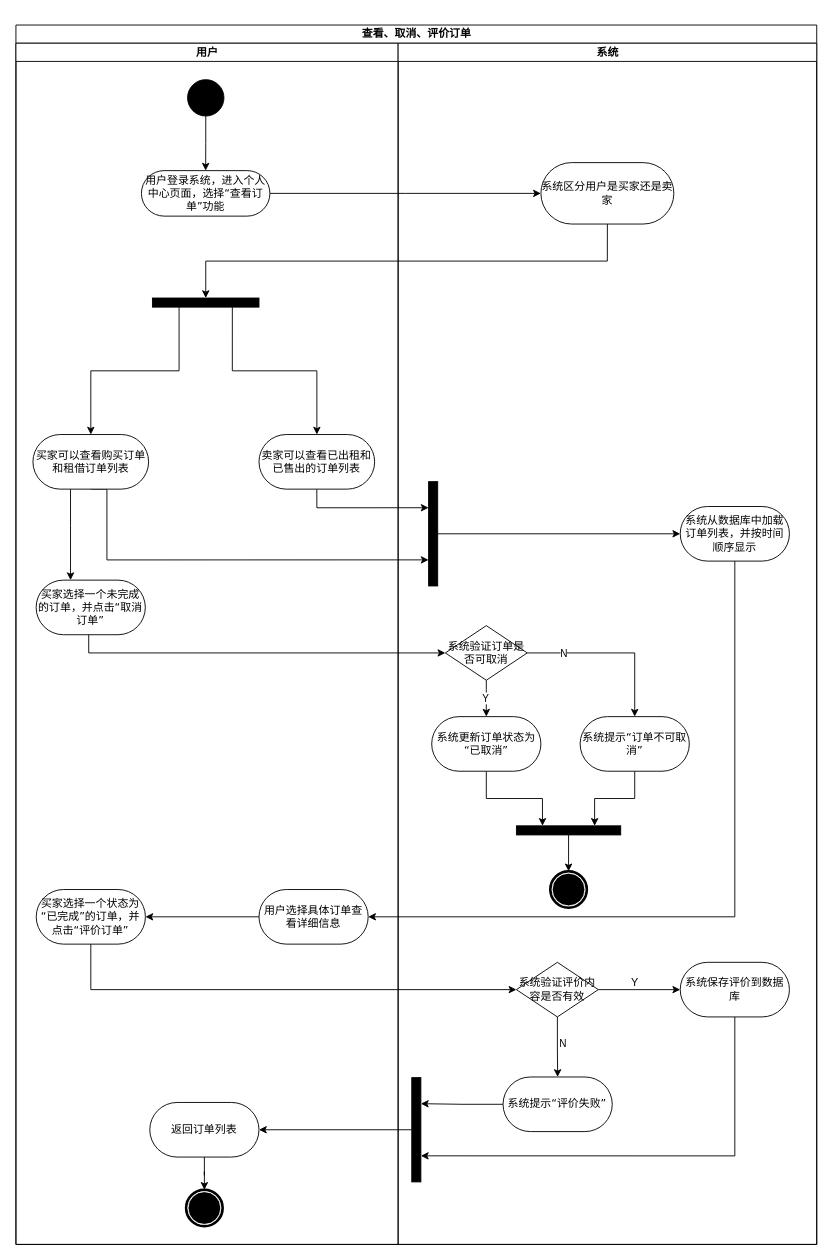
Before: page "功能建模" (1 of 2) of 文档/需求分析规约文档/三种建模/17查看、取消、评价订单用例建模.drawio in w1ntercube/TJ-SE-Design, a draw.io diagram. Source tidied: cells renumbered, new cells numbered last; positions are measured from the earlier drawing's top-left corner, leaving out a move shared by most shapes. Both pictures are drawn from the tidied source at 91%, with x=0, y=0 at pixel (15, 25).
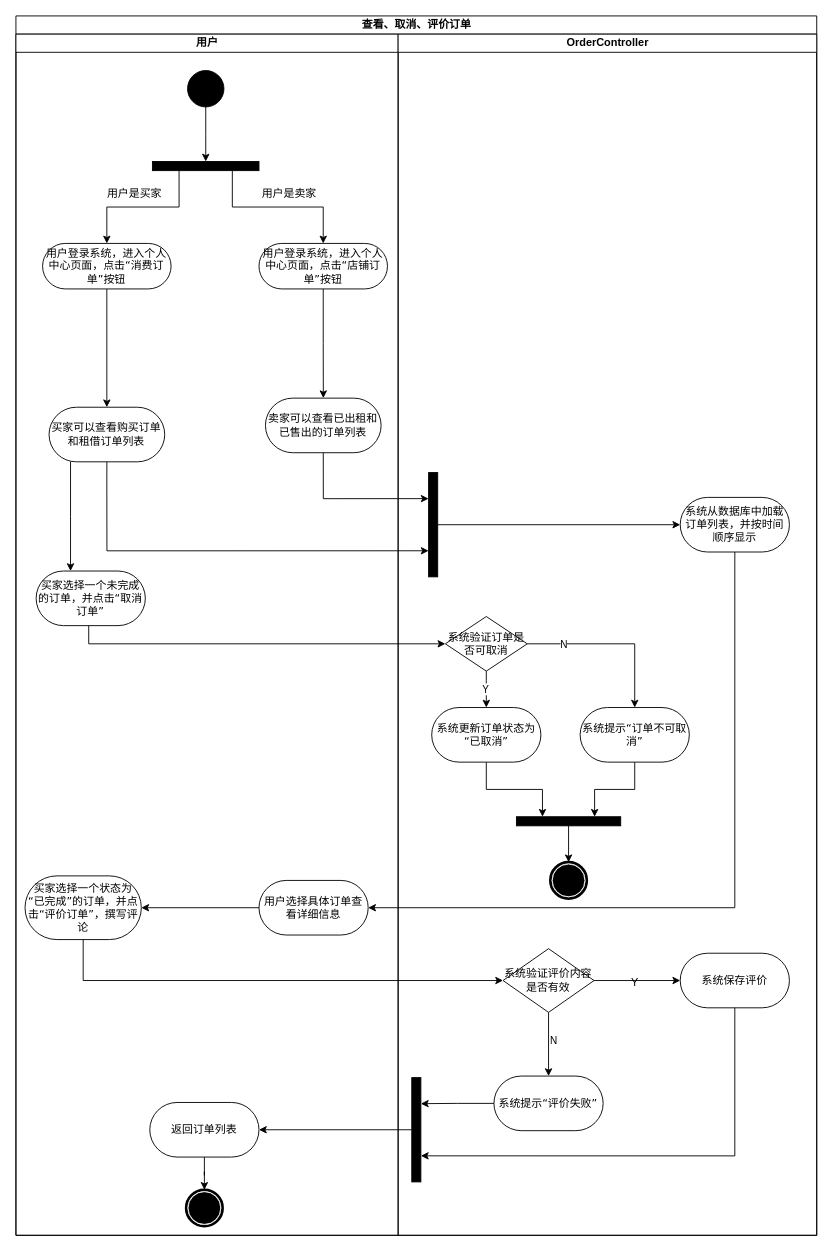
The same diagram, later.

Unchanged cells that the change refers to:
```xml
<mxCell id="3" value="用户" style="swimlane;html=1;startSize=20;" parent="2" vertex="1">
  <mxGeometry y="20" width="420" height="1320" as="geometry" />
</mxCell>
<mxCell id="6" style="ellipse;whiteSpace=wrap;html=1;rounded=0;shadow=0;comic=0;labelBackgroundColor=none;strokeWidth=1;fillColor=#000000;fontFamily=Verdana;fontSize=12;align=center;" parent="3" vertex="1">
  <mxGeometry x="188.6" y="40" width="40" height="40" as="geometry" />
</mxCell>
<mxCell id="8" style="rounded=0;whiteSpace=wrap;html=1;fontSize=12;fillColor=#000000;rotation=90;" parent="7" vertex="1">
  <mxGeometry x="-18.8" y="534.1" width="114.6" height="10" as="geometry" />
</mxCell>
```

The edit, as a diff of the source:
```diff
@@
     <mxCell id="2" value=" 查看、取消、评价订单" style="swimlane;html=1;startSize=20;rounded=0;shadow=0;comic=0;labelBackgroundColor=none;strokeWidth=1;fontFamily=Verdana;fontSize=12;align=center;" parent="1" vertex="1">
-      <mxGeometry width="880" height="1340" as="geometry" />
+      <mxGeometry y="-10" width="880" height="1340" as="geometry" />
     </mxCell>
@@
+    <mxCell id="55" style="edgeStyle=orthogonalEdgeStyle;rounded=0;jettySize=auto;html=1;exitX=0.5;exitY=1;exitDx=0;exitDy=0;" parent="3" edge="1" source="4" target="26">
+      <mxGeometry relative="1" as="geometry" />
+    </mxCell>
-    <mxCell id="4" value="用户登录系统，进入个人中心页面，选择“查看订单”功能" style="rounded=1;whiteSpace=wrap;html=1;shadow=0;comic=0;labelBackgroundColor=none;strokeWidth=1;fontFamily=Verdana;fontSize=12;align=center;arcSize=50;" parent="3" vertex="1">
-      <mxGeometry x="137.9" y="140" width="141.2" height="50" as="geometry" />
+    <mxCell id="4" value="用户登录系统，进入个人中心页面，点击“消费订单”按钮" style="rounded=1;whiteSpace=wrap;html=1;shadow=0;comic=0;labelBackgroundColor=none;strokeWidth=1;fontFamily=Verdana;fontSize=12;align=center;arcSize=50;" parent="3" vertex="1">
+      <mxGeometry x="29.3" y="230" width="141.2" height="50" as="geometry" />
     </mxCell>
-    <mxCell id="5" style="edgeStyle=orthogonalEdgeStyle;rounded=0;jettySize=auto;html=1;" parent="3" edge="1" source="6" target="4">
+    <mxCell id="5" style="edgeStyle=orthogonalEdgeStyle;rounded=0;jettySize=auto;html=1;" parent="3" edge="1" source="6" target="60">
       <mxGeometry relative="1" as="geometry" />
     </mxCell>
@@
-    <mxCell id="7" value="系统" style="swimlane;html=1;startSize=20;" parent="3" vertex="1">
+    <mxCell id="7" value="OrderController" style="swimlane;html=1;startSize=20;" parent="3" vertex="1">
       <mxGeometry x="420" width="460" height="1320" as="geometry" />
     </mxCell>
@@
-    <mxCell id="9" value="系统区分用户是买家还是卖家" style="whiteSpace=wrap;html=1;fontFamily=Verdana;rounded=1;shadow=0;comic=0;labelBackgroundColor=none;strokeWidth=1;arcSize=50;" parent="7" vertex="1">
-      <mxGeometry x="156.9" y="131.2" width="146.1" height="67.5" as="geometry" />
-    </mxCell>
@@
-    <mxCell id="22" style="edgeStyle=orthogonalEdgeStyle;rounded=0;jettySize=auto;html=1;exitX=0.25;exitY=1;exitDx=0;exitDy=0;" parent="3" edge="1" source="23" target="26">
-      <mxGeometry relative="1" as="geometry" />
-    </mxCell>
-    <mxCell id="23" style="rounded=0;whiteSpace=wrap;html=1;fontSize=12;fillColor=#000000;" parent="3" vertex="1">
-      <mxGeometry x="150" y="280" width="117.1" height="10" as="geometry" />
-    </mxCell>
+    <mxCell id="43" value="&lt;span style=&quot;font-family: Verdana;&quot;&gt;系统验证评价内容是否有效&lt;/span&gt;" style="rhombus;whiteSpace=wrap;html=1;" parent="7" vertex="1">
+      <mxGeometry x="115.3" y="1005" width="100" height="70" as="geometry" />
+    </mxCell>
+    <mxCell id="48" value="系统提示“评价失败”" style="whiteSpace=wrap;html=1;fontFamily=Verdana;rounded=1;shadow=0;comic=0;labelBackgroundColor=none;strokeWidth=1;arcSize=50;" parent="7" vertex="1">
+      <mxGeometry x="105.3" y="1145" width="120" height="60" as="geometry" />
+    </mxCell>
+    <mxCell id="40" style="edgeStyle=orthogonalEdgeStyle;rounded=0;jettySize=auto;html=1;exitX=0.5;exitY=1;exitDx=0;exitDy=0;" parent="7" edge="1" source="43" target="48">
+      <mxGeometry relative="1" as="geometry" />
+    </mxCell>
+    <mxCell id="41" value="N" style="edgeLabel;html=1;align=center;verticalAlign=middle;" parent="40" vertex="1">
+      <mxGeometry x="-0.15" y="5" relative="1" as="geometry" />
+    </mxCell>
+    <mxCell id="46" value="系统保存评价" style="whiteSpace=wrap;html=1;fontFamily=Verdana;rounded=1;shadow=0;comic=0;labelBackgroundColor=none;strokeWidth=1;arcSize=50;" parent="7" vertex="1">
+      <mxGeometry x="310" y="1010" width="120" height="60" as="geometry" />
+    </mxCell>
+    <mxCell id="42" style="edgeStyle=orthogonalEdgeStyle;rounded=0;jettySize=auto;html=1;exitX=1;exitY=0.5;exitDx=0;exitDy=0;" parent="7" edge="1" source="43" target="46">
+      <mxGeometry relative="1" as="geometry" />
+    </mxCell>
+    <mxCell id="36" value="系统从数据库中加载订单列表，并按时间顺序显示" style="whiteSpace=wrap;html=1;fontFamily=Verdana;rounded=1;shadow=0;comic=0;labelBackgroundColor=none;strokeWidth=1;arcSize=50;" parent="7" vertex="1">
+      <mxGeometry x="310" y="509.1" width="120" height="60" as="geometry" />
+    </mxCell>
+    <mxCell id="37" style="edgeStyle=orthogonalEdgeStyle;rounded=0;jettySize=auto;html=1;exitX=0.5;exitY=0;exitDx=0;exitDy=0;" parent="7" edge="1" source="8" target="36">
+      <mxGeometry relative="1" as="geometry" />
+    </mxCell>
@@
     <mxCell id="26" value="买家可以查看购买订单和租借订单列表" style="whiteSpace=wrap;html=1;fontFamily=Verdana;rounded=1;shadow=0;comic=0;labelBackgroundColor=none;strokeWidth=1;arcSize=50;" parent="3" vertex="1">
-      <mxGeometry x="18.7" y="430" width="127.1" height="60" as="geometry" />
+      <mxGeometry x="36.4" y="410" width="127.1" height="60" as="geometry" />
     </mxCell>
@@
     <mxCell id="28" value="卖家可以查看已出租和已售出的订单列表" style="whiteSpace=wrap;html=1;fontFamily=Verdana;rounded=1;shadow=0;comic=0;labelBackgroundColor=none;strokeWidth=1;arcSize=50;" parent="3" vertex="1">
-      <mxGeometry x="267.1" y="430" width="127.1" height="60" as="geometry" />
+      <mxGeometry x="274.2" y="400" width="127.1" height="60" as="geometry" />
     </mxCell>
-    <mxCell id="29" style="edgeStyle=orthogonalEdgeStyle;rounded=0;jettySize=auto;html=1;exitX=0.75;exitY=1;exitDx=0;exitDy=0;" parent="3" edge="1" source="23" target="28">
-      <mxGeometry relative="1" as="geometry" />
-    </mxCell>
-    <mxCell id="30" style="edgeStyle=orthogonalEdgeStyle;rounded=0;jettySize=auto;html=1;exitX=0.5;exitY=1;exitDx=0;exitDy=0;" parent="3" edge="1" source="9" target="23">
-      <mxGeometry relative="1" as="geometry" />
-    </mxCell>
-    <mxCell id="31" style="edgeStyle=orthogonalEdgeStyle;rounded=0;jettySize=auto;html=1;" parent="3" edge="1" source="4" target="9">
-      <mxGeometry relative="1" as="geometry" />
-    </mxCell>
@@
-    <mxCell id="34" value="买家选择一个状态为“已完成”的订单，并点击“评价订单”" style="whiteSpace=wrap;html=1;fontFamily=Verdana;rounded=1;shadow=0;comic=0;labelBackgroundColor=none;strokeWidth=1;arcSize=50;" parent="3" vertex="1">
-      <mxGeometry x="22.3" y="930" width="120" height="60" as="geometry" />
+    <mxCell id="34" value="买家选择一个状态为“已完成”的订单，并点击“评价订单”，撰写评论" style="whiteSpace=wrap;html=1;fontFamily=Verdana;rounded=1;shadow=0;comic=0;labelBackgroundColor=none;strokeWidth=1;arcSize=50;" parent="3" vertex="1">
+      <mxGeometry x="10" y="925" width="127.8" height="70" as="geometry" />
     </mxCell>
+    <mxCell id="56" style="edgeStyle=orthogonalEdgeStyle;rounded=0;jettySize=auto;html=1;exitX=0.5;exitY=1;exitDx=0;exitDy=0;" parent="3" edge="1" source="57" target="28">
+      <mxGeometry relative="1" as="geometry" />
+    </mxCell>
+    <mxCell id="57" value="用户登录系统，进入个人中心页面，点击“店铺订单”按钮" style="rounded=1;whiteSpace=wrap;html=1;shadow=0;comic=0;labelBackgroundColor=none;strokeWidth=1;fontFamily=Verdana;fontSize=12;align=center;arcSize=50;" parent="3" vertex="1">
+      <mxGeometry x="267.1" y="230" width="141.2" height="50" as="geometry" />
+    </mxCell>
+    <mxCell id="58" style="edgeStyle=orthogonalEdgeStyle;rounded=0;jettySize=auto;html=1;exitX=0.25;exitY=1;exitDx=0;exitDy=0;" parent="3" edge="1" source="60" target="4">
+      <mxGeometry relative="1" as="geometry" />
+    </mxCell>
+    <mxCell id="59" style="edgeStyle=orthogonalEdgeStyle;rounded=0;jettySize=auto;html=1;exitX=0.75;exitY=1;exitDx=0;exitDy=0;" parent="3" edge="1" source="60" target="57">
+      <mxGeometry relative="1" as="geometry" />
+    </mxCell>
+    <mxCell id="60" style="rounded=0;whiteSpace=wrap;html=1;fontSize=12;fillColor=#000000;" parent="3" vertex="1">
+      <mxGeometry x="150" y="140" width="117.1" height="10" as="geometry" />
+    </mxCell>
+    <mxCell id="61" value="用户是买家" style="text;html=1;align=center;verticalAlign=middle;strokeColor=none;fillColor=none;" parent="3" vertex="1">
+      <mxGeometry x="90" y="160" width="80" height="30" as="geometry" />
+    </mxCell>
+    <mxCell id="62" value="用户是卖家" style="text;html=1;align=center;verticalAlign=middle;strokeColor=none;fillColor=none;" parent="3" vertex="1">
+      <mxGeometry x="260" y="160" width="80" height="30" as="geometry" />
+    </mxCell>
+    <mxCell id="44" style="edgeStyle=orthogonalEdgeStyle;rounded=0;jettySize=auto;html=1;exitX=0.5;exitY=1;exitDx=0;exitDy=0;entryX=0;entryY=0.5;entryDx=0;entryDy=0;" parent="3" edge="1" source="34" target="43">
+      <mxGeometry relative="1" as="geometry" />
+    </mxCell>
+    <mxCell id="39" value="用户选择具体订单查看详细信息" style="whiteSpace=wrap;html=1;fontFamily=Verdana;rounded=1;shadow=0;comic=0;labelBackgroundColor=none;strokeWidth=1;arcSize=50;" parent="3" vertex="1">
+      <mxGeometry x="267.1" y="930" width="120" height="60" as="geometry" />
+    </mxCell>
+    <mxCell id="38" style="edgeStyle=orthogonalEdgeStyle;rounded=0;jettySize=auto;html=1;exitX=0;exitY=0.5;exitDx=0;exitDy=0;" parent="3" edge="1" source="39" target="34">
+      <mxGeometry relative="1" as="geometry" />
+    </mxCell>
-    <mxCell id="35" style="edgeStyle=orthogonalEdgeStyle;rounded=0;jettySize=auto;html=1;exitX=0.5;exitY=1;exitDx=0;exitDy=0;entryX=1;entryY=0.5;entryDx=0;entryDy=0;" parent="1" edge="1" source="36" target="39">
-      <mxGeometry relative="1" as="geometry">
-        <Array as="points">
-          <mxPoint x="790" y="980" />
-          <mxPoint x="394" y="980" />
-        </Array>
-      </mxGeometry>
+    <mxCell id="35" style="edgeStyle=orthogonalEdgeStyle;rounded=0;jettySize=auto;html=1;exitX=0.5;exitY=1;exitDx=0;exitDy=0;entryX=1;entryY=0.5;entryDx=0;entryDy=0;" parent="3" edge="1" source="36" target="39">
+      <mxGeometry relative="1" as="geometry" />
     </mxCell>
-    <mxCell id="36" value="系统从数据库中加载订单列表，并按时间顺序显示" style="whiteSpace=wrap;html=1;fontFamily=Verdana;rounded=1;shadow=0;comic=0;labelBackgroundColor=none;strokeWidth=1;arcSize=50;" parent="1" vertex="1">
-      <mxGeometry x="730" y="529.1" width="120" height="60" as="geometry" />
-    </mxCell>
-    <mxCell id="37" style="edgeStyle=orthogonalEdgeStyle;rounded=0;jettySize=auto;html=1;exitX=0.5;exitY=0;exitDx=0;exitDy=0;" parent="1" edge="1" source="8" target="36">
-      <mxGeometry relative="1" as="geometry" />
-    </mxCell>
-    <mxCell id="38" style="edgeStyle=orthogonalEdgeStyle;rounded=0;jettySize=auto;html=1;exitX=0;exitY=0.5;exitDx=0;exitDy=0;" parent="1" edge="1" source="39" target="34">
-      <mxGeometry relative="1" as="geometry" />
-    </mxCell>
-    <mxCell id="39" value="用户选择具体订单查看详细信息" style="whiteSpace=wrap;html=1;fontFamily=Verdana;rounded=1;shadow=0;comic=0;labelBackgroundColor=none;strokeWidth=1;arcSize=50;" parent="1" vertex="1">
-      <mxGeometry x="267.1" y="950" width="120" height="60" as="geometry" />
-    </mxCell>
-    <mxCell id="40" style="edgeStyle=orthogonalEdgeStyle;rounded=0;jettySize=auto;html=1;exitX=0.5;exitY=1;exitDx=0;exitDy=0;" parent="1" edge="1" source="43" target="48">
-      <mxGeometry relative="1" as="geometry" />
-    </mxCell>
-    <mxCell id="41" value="N" style="edgeLabel;html=1;align=center;verticalAlign=middle;" parent="40" vertex="1">
-      <mxGeometry x="-0.15" y="5" relative="1" as="geometry" />
-    </mxCell>
-    <mxCell id="42" style="edgeStyle=orthogonalEdgeStyle;rounded=0;jettySize=auto;html=1;exitX=1;exitY=0.5;exitDx=0;exitDy=0;" parent="1" edge="1" source="43" target="46">
-      <mxGeometry relative="1" as="geometry" />
-    </mxCell>
-    <mxCell id="43" value="&lt;span style=&quot;font-family: Verdana;&quot;&gt;系统验证评价内容是否有效&lt;/span&gt;" style="rhombus;whiteSpace=wrap;html=1;" parent="1" vertex="1">
-      <mxGeometry x="550" y="1030" width="90" height="60" as="geometry" />
-    </mxCell>
-    <mxCell id="44" style="edgeStyle=orthogonalEdgeStyle;rounded=0;jettySize=auto;html=1;exitX=0.5;exitY=1;exitDx=0;exitDy=0;entryX=0;entryY=0.5;entryDx=0;entryDy=0;" parent="1" edge="1" source="34" target="43">
-      <mxGeometry relative="1" as="geometry" />
-    </mxCell>
@@
-    <mxCell id="46" value="系统保存评价到数据库" style="whiteSpace=wrap;html=1;fontFamily=Verdana;rounded=1;shadow=0;comic=0;labelBackgroundColor=none;strokeWidth=1;arcSize=50;" parent="1" vertex="1">
-      <mxGeometry x="730" y="1030" width="120" height="60" as="geometry" />
-    </mxCell>
@@
-    <mxCell id="48" value="系统提示“评价失败”" style="whiteSpace=wrap;html=1;fontFamily=Verdana;rounded=1;shadow=0;comic=0;labelBackgroundColor=none;strokeWidth=1;arcSize=50;" parent="1" vertex="1">
-      <mxGeometry x="535.3" y="1156" width="120" height="60" as="geometry" />
-    </mxCell>
```
